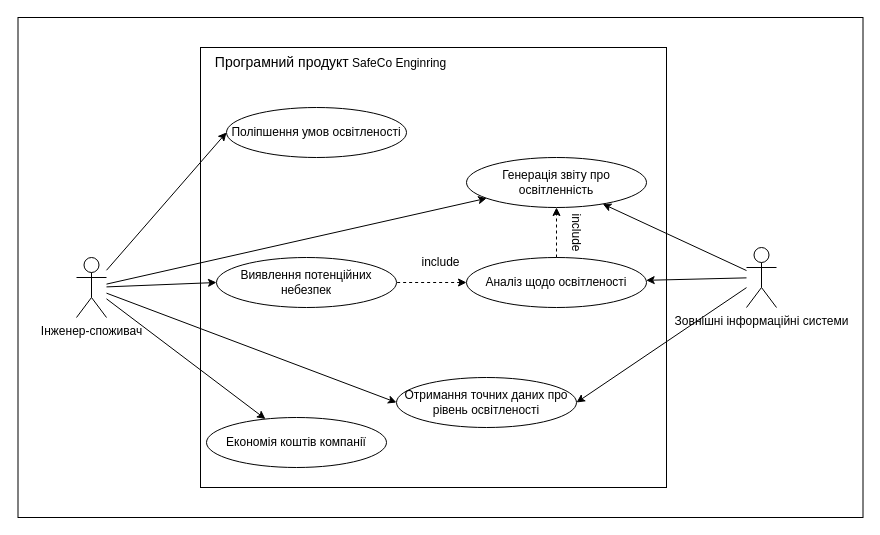
The draw.io diagram 1-SoftwareRequirements/1.3-SoftwareUserRequirements/1.3.3-UseCaseDiagram/UseCaseDiagram.drawio in oleksandrblazhko/ai-215-horchynskyi, before the edit. Source tidied: cells renumbered, new cells numbered last; positions are measured from the earlier drawing's top-left corner, leaving out a move shared by most shapes. Both pictures are drawn from the tidied source at 100%, with x=0, y=0 at pixel (18, 17).
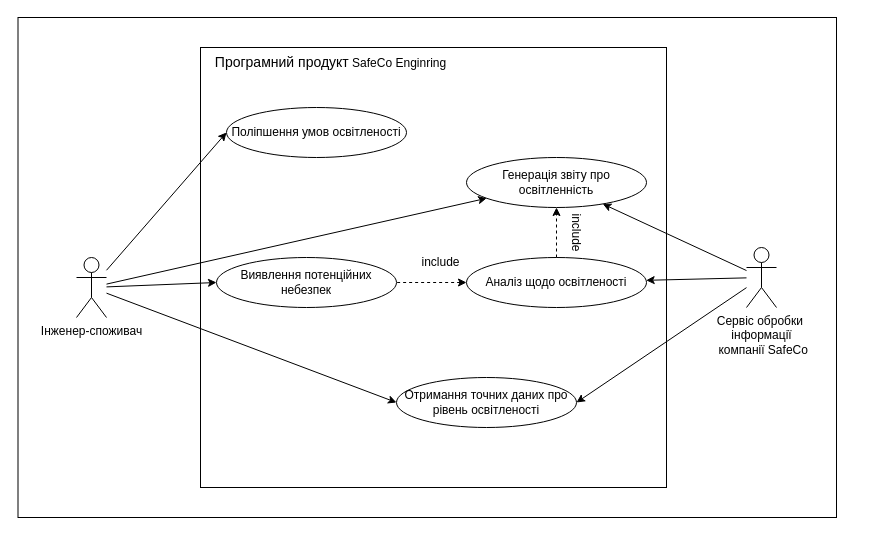
The same diagram, later.

Commit message (it also covers changes not shown here):
Виправлення діаграми

The change refers to these unchanged cells:
```xml
<mxCell id="3" value="&lt;div&gt;Інженер-споживач&lt;/div&gt;" style="shape=umlActor;verticalLabelPosition=bottom;verticalAlign=top;html=1;outlineConnect=0;" parent="1" vertex="1">
  <mxGeometry x="58" y="240" width="30" height="60" as="geometry" />
</mxCell>
```

The edit, as a diff of the source:
```diff
@@
     <mxCell id="2" style="rounded=0;whiteSpace=wrap;html=1;" parent="1" vertex="1">
-      <mxGeometry x="-0.5" width="845" height="500" as="geometry" />
+      <mxGeometry x="-0.5" width="818.5" height="500" as="geometry" />
     </mxCell>
@@
-    <mxCell id="18" value="&lt;div&gt;Зовнішні інформаційні системи&lt;/div&gt;&lt;div&gt;&lt;br&gt;&lt;/div&gt;" style="shape=umlActor;verticalLabelPosition=bottom;verticalAlign=top;html=1;outlineConnect=0;" parent="1" vertex="1">
+    <mxCell id="18" value="&lt;div&gt;Сервіс обробки&amp;nbsp;&lt;/div&gt;&lt;div&gt;інформації&lt;/div&gt;&lt;div&gt;&amp;nbsp;компанії SafeCo&lt;/div&gt;" style="shape=umlActor;verticalLabelPosition=bottom;verticalAlign=top;html=1;outlineConnect=0;" parent="1" vertex="1">
       <mxGeometry x="728" y="230" width="30" height="60" as="geometry" />
     </mxCell>
@@
-    <mxCell id="23" value="Економія коштів компанії" style="ellipse;whiteSpace=wrap;html=1;" parent="1" vertex="1">
-      <mxGeometry x="188" y="400" width="180" height="50" as="geometry" />
-    </mxCell>
-    <mxCell id="24" style="endArrow=classic;html=1;rounded=0;" parent="1" edge="1" source="3" target="23">
-      <mxGeometry relative="1" as="geometry" />
-    </mxCell>
```
